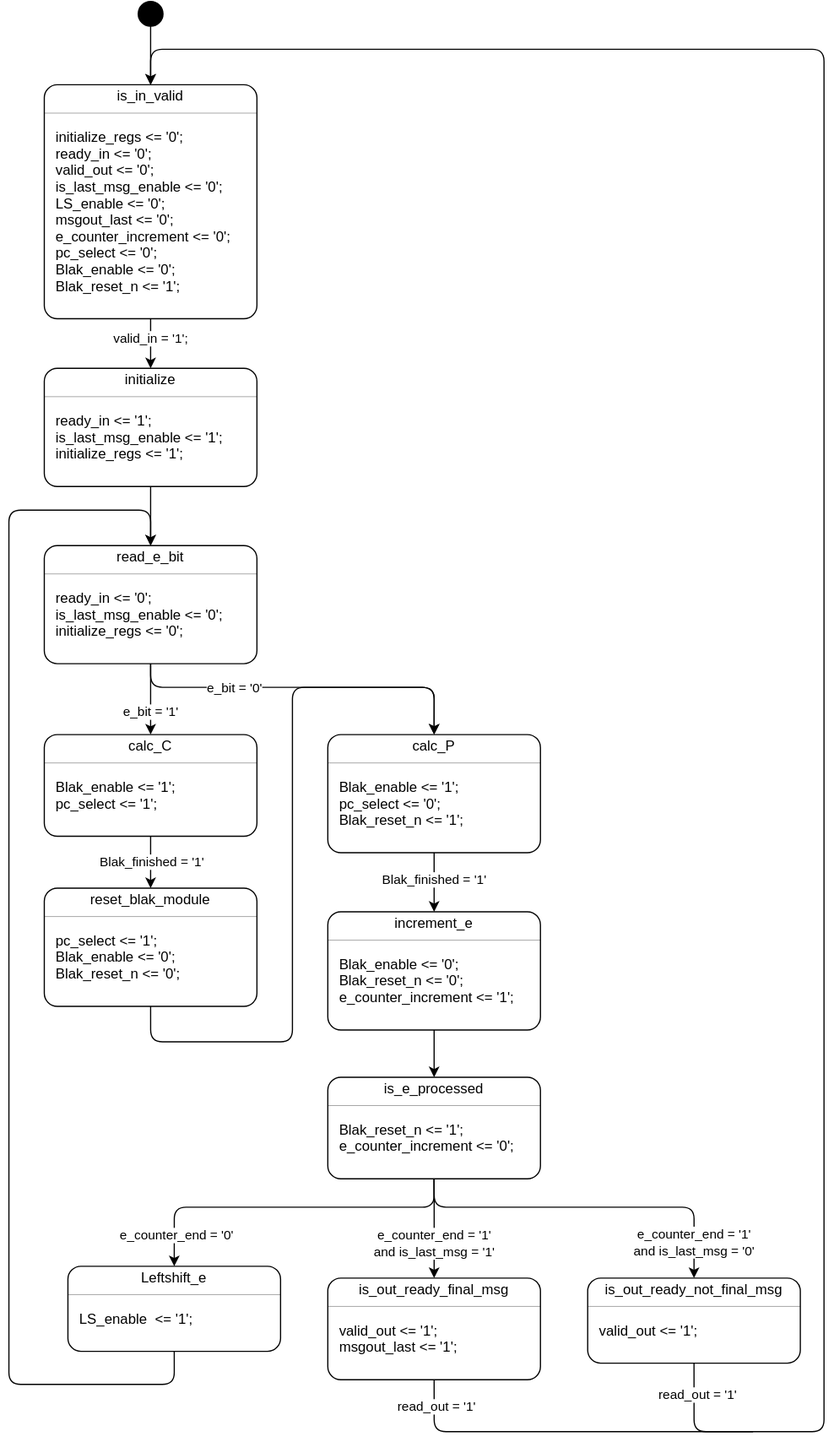
Before: mod_exp_fsm.svg, a diagram exported from draw.io (marnicbar/tfe4141). Source tidied: cells renumbered, new cells last; positions are measured from the earlier drawing's top-left corner, leaving out a move shared by most shapes.
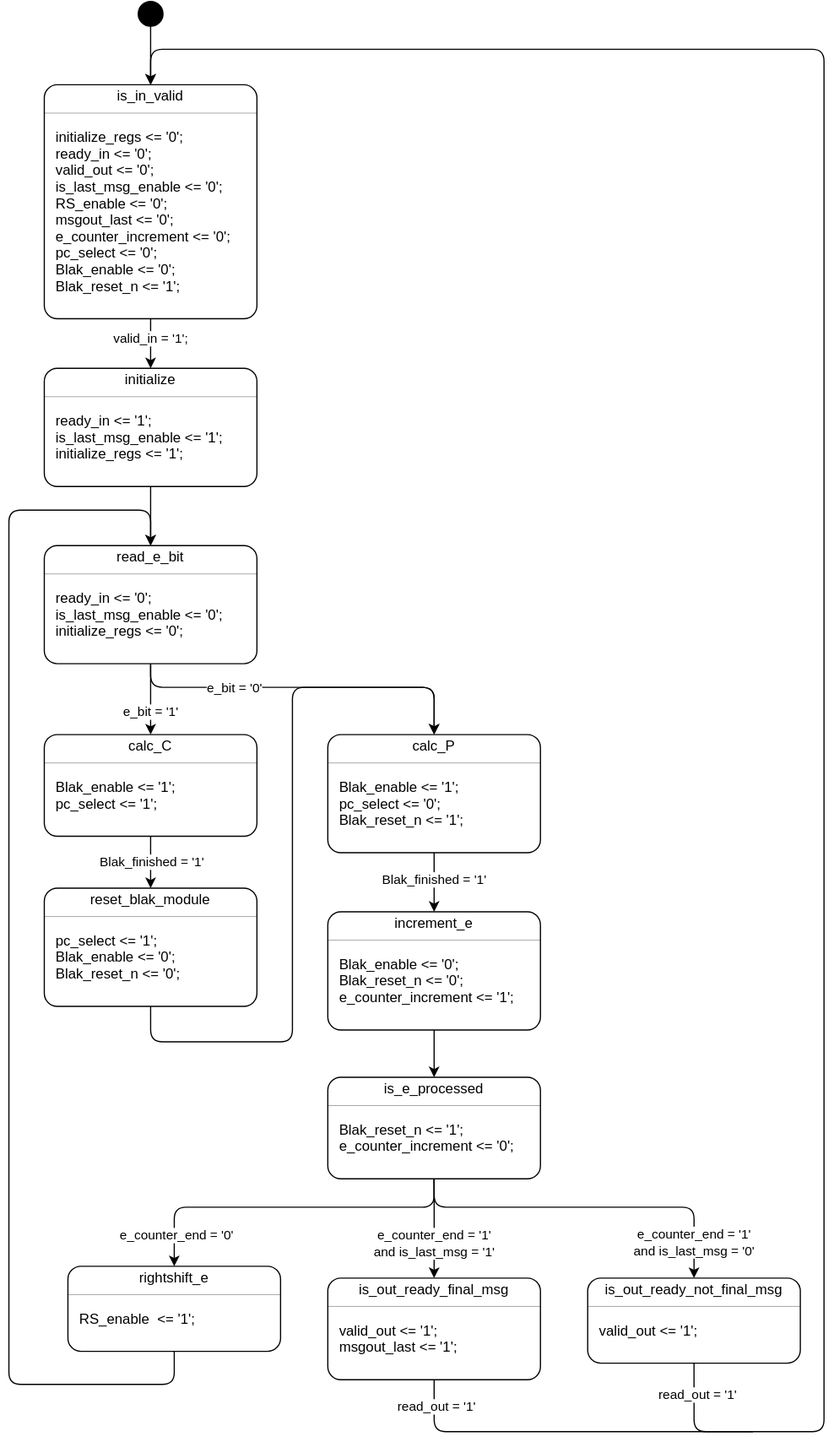
Later version of the same file.

Diff of the diagram source:
```diff
@@ -26,7 +26,7 @@
     <mxCell id="9" value="is_last_msg_enable &amp;lt;= '0';" style="html=1;align=left;spacingLeft=10;spacing=0;verticalAlign=middle;strokeColor=none;fillColor=none;whiteSpace=wrap;" parent="2" vertex="1">
       <mxGeometry y="80" width="180" height="14" as="geometry" />
     </mxCell>
-    <mxCell id="10" value="LS_enable &amp;lt;= '0';" style="html=1;align=left;spacingLeft=10;spacing=0;verticalAlign=middle;strokeColor=none;fillColor=none;whiteSpace=wrap;" parent="2" vertex="1">
+    <mxCell id="10" value="RS_enable &amp;lt;= '0';" style="html=1;align=left;spacingLeft=10;spacing=0;verticalAlign=middle;strokeColor=none;fillColor=none;whiteSpace=wrap;" parent="2" vertex="1">
       <mxGeometry y="94" width="180" height="14" as="geometry" />
     </mxCell>
     <mxCell id="11" value="msgout_last &amp;lt;= '0';" style="html=1;align=left;spacingLeft=10;spacing=0;verticalAlign=middle;strokeColor=none;fillColor=none;whiteSpace=wrap;" parent="2" vertex="1">
@@ -244,7 +244,7 @@
     <mxCell id="78" style="fontStyle=1;align=center;verticalAlign=middle;horizontal=1;rounded=1;absoluteArcSize=1;arcSize=22;" parent="1" vertex="1">
       <mxGeometry x="50" y="1070" width="180" height="72" as="geometry" />
     </mxCell>
-    <mxCell id="79" value="Leftshift_e" style="html=1;align=center;spacing=0;verticalAlign=middle;strokeColor=none;fillColor=none;whiteSpace=wrap;" parent="78" vertex="1">
+    <mxCell id="79" value="rightshift_e" style="html=1;align=center;spacing=0;verticalAlign=middle;strokeColor=none;fillColor=none;whiteSpace=wrap;" parent="78" vertex="1">
       <mxGeometry width="180" height="20" as="geometry" />
     </mxCell>
     <mxCell id="80" style="line;strokeWidth=0.25;fillColor=none;align=left;verticalAlign=middle;spacingTop=-1;spacingLeft=3;spacingRight=3;labelPosition=right;" parent="78" vertex="1">
@@ -253,7 +253,7 @@
     <mxCell id="81" style="html=1;align=left;spacing=0;spacingLeft=10;verticalAlign=middle;strokeColor=none;fillColor=none;whiteSpace=wrap;" parent="78" vertex="1">
       <mxGeometry y="28" width="180" height="10" as="geometry" />
     </mxCell>
-    <mxCell id="82" value="LS_enable&amp;nbsp; &amp;lt;= '1';" style="html=1;align=left;spacing=0;spacingLeft=10;verticalAlign=middle;strokeColor=none;fillColor=none;whiteSpace=wrap;" parent="78" vertex="1">
+    <mxCell id="82" value="RS_enable&amp;nbsp; &amp;lt;= '1';" style="html=1;align=left;spacing=0;spacingLeft=10;verticalAlign=middle;strokeColor=none;fillColor=none;whiteSpace=wrap;" parent="78" vertex="1">
       <mxGeometry y="38" width="180" height="14" as="geometry" />
     </mxCell>
     <mxCell id="83" style="html=1;align=left;spacing=0;spacingLeft=10;verticalAlign=middle;strokeColor=none;fillColor=none;whiteSpace=wrap;" parent="78" vertex="1">
```
